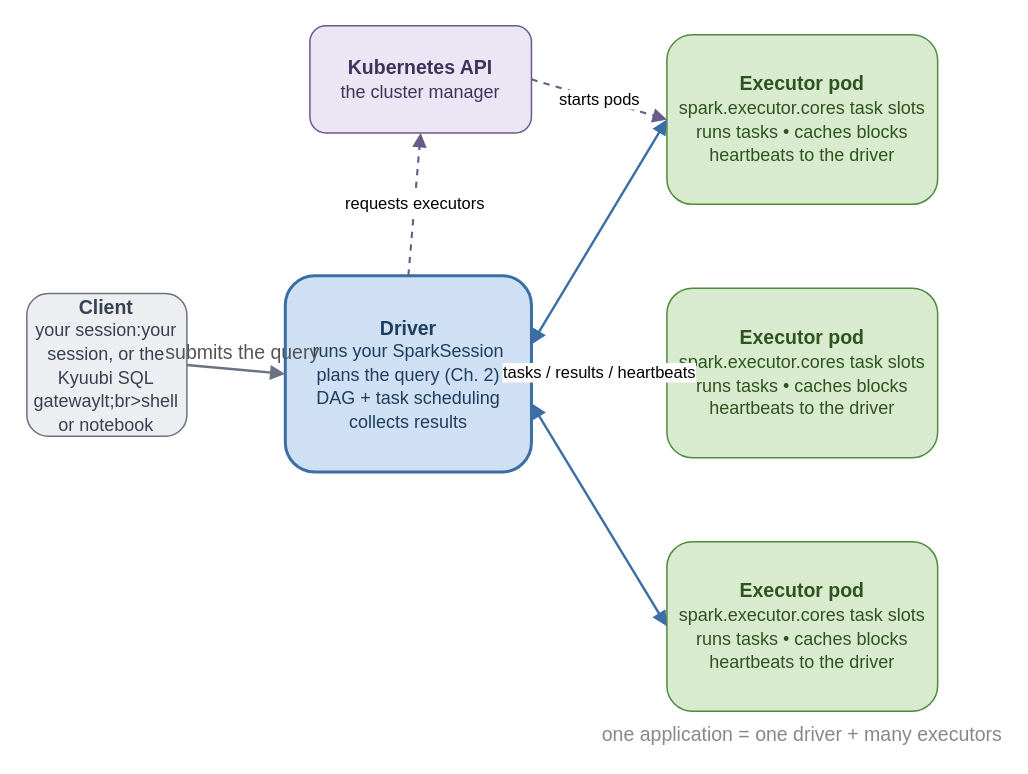
Earlier version of the draw.io diagram book/figures/application-topology.drawio (AlanPhan04/spark-101-to-pro). Source tidied: cells renumbered, new cells numbered last; positions are measured from the earlier drawing's top-left corner, leaving out a move shared by most shapes. Both pictures are drawn from the tidied source at 150%, with x=0, y=0 at pixel (26, 26).
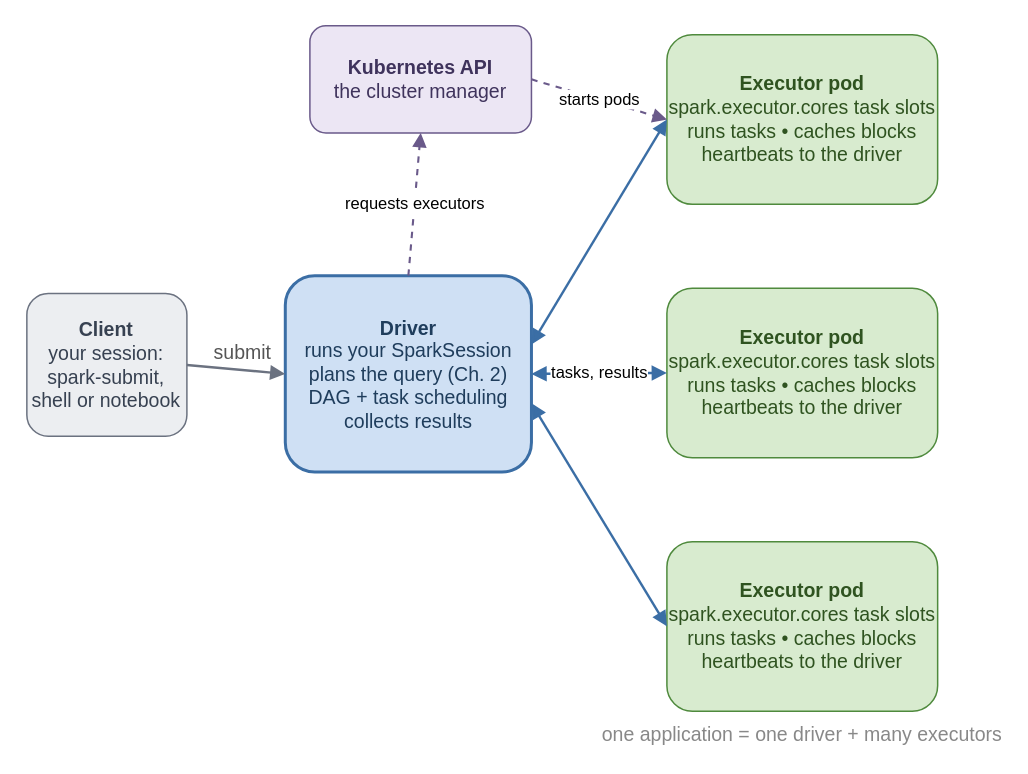
The same page after the edit.

What changed in the source:
```diff
@@
 <mxGraphModel>
   <root>
     <mxCell id="0" />
     <mxCell id="1" parent="0" />
-    <mxCell id="2" value="&lt;b&gt;Client&lt;/b&gt;&lt;br&gt;&lt;span style=&quot;font-size:12px&quot;&gt;your session:your session, or the&lt;br&gt;Kyuubi SQL gatewaylt;br&gt;shell or notebook&lt;/span&gt;" style="rounded=1;whiteSpace=wrap;html=1;fillColor=#eceef1;strokeColor=#6b7280;fontSize=13;fontColor=#374151;" parent="1" vertex="1">
+    <mxCell id="2" value="&lt;b&gt;Client&lt;/b&gt;&lt;br&gt;&lt;span style=&quot;font-size:13px&quot;&gt;your session:&lt;br&gt;spark-submit,&lt;br&gt;shell or notebook&lt;/span&gt;" style="rounded=1;whiteSpace=wrap;html=1;fillColor=#eceef1;strokeColor=#6b7280;fontSize=13;fontColor=#374151;" parent="1" vertex="1">
       <mxGeometry x="0.4" y="178.2" width="106.7" height="95.2" as="geometry" />
     </mxCell>
-    <mxCell id="3" value="&lt;b&gt;Kubernetes API&lt;/b&gt;&lt;br&gt;&lt;span style=&quot;font-size:12px&quot;&gt;the cluster manager&lt;/span&gt;" style="rounded=1;whiteSpace=wrap;html=1;fillColor=#ece6f4;strokeColor=#6a5a8a;fontSize=13;fontColor=#3f335c;" parent="1" vertex="1">
+    <mxCell id="3" value="&lt;b&gt;Kubernetes API&lt;/b&gt;&lt;br&gt;&lt;span style=&quot;font-size:13px&quot;&gt;the cluster manager&lt;/span&gt;" style="rounded=1;whiteSpace=wrap;html=1;fillColor=#ece6f4;strokeColor=#6a5a8a;fontSize=13;fontColor=#3f335c;" parent="1" vertex="1">
       <mxGeometry x="189.1" y="-0.3" width="147.7" height="71.4" as="geometry" />
     </mxCell>
-    <mxCell id="4" value="&lt;b&gt;Driver&lt;/b&gt;&lt;br&gt;&lt;span style=&quot;font-size:12px&quot;&gt;runs your SparkSession&lt;br&gt;plans the query (Ch. 2)&lt;br&gt;DAG + task scheduling&lt;br&gt;collects results&lt;/span&gt;" style="rounded=1;whiteSpace=wrap;html=1;fillColor=#cfe0f4;strokeColor=#3b6ea5;strokeWidth=2;fontSize=13;fontColor=#1f3d5c;" parent="1" vertex="1">
+    <mxCell id="4" value="&lt;b&gt;Driver&lt;/b&gt;&lt;br&gt;&lt;span style=&quot;font-size:13px&quot;&gt;runs your SparkSession&lt;br&gt;plans the query (Ch. 2)&lt;br&gt;DAG + task scheduling&lt;br&gt;collects results&lt;/span&gt;" style="rounded=1;whiteSpace=wrap;html=1;fillColor=#cfe0f4;strokeColor=#3b6ea5;strokeWidth=2;fontSize=13;fontColor=#1f3d5c;" parent="1" vertex="1">
       <mxGeometry x="172.7" y="166.3" width="164.1" height="130.9" as="geometry" />
     </mxCell>
-    <mxCell id="5" value="&lt;b&gt;Executor pod&lt;/b&gt;&lt;br&gt;&lt;span style=&quot;font-size:12px&quot;&gt;spark.executor.cores task slots&lt;br&gt;runs tasks &amp;#8226; caches blocks&lt;br&gt;heartbeats to the driver&lt;/span&gt;" style="rounded=1;whiteSpace=wrap;html=1;fillColor=#d8ebcf;strokeColor=#4f8a3d;fontSize=13;fontColor=#2f5320;" parent="1" vertex="1">
+    <mxCell id="5" value="&lt;b&gt;Executor pod&lt;/b&gt;&lt;br&gt;&lt;span style=&quot;font-size:13px&quot;&gt;spark.executor.cores task slots&lt;br&gt;runs tasks &amp;#8226; caches blocks&lt;br&gt;heartbeats to the driver&lt;/span&gt;" style="rounded=1;whiteSpace=wrap;html=1;fillColor=#d8ebcf;strokeColor=#4f8a3d;fontSize=13;fontColor=#2f5320;" parent="1" vertex="1">
       <mxGeometry x="427.1" y="5.7" width="180.5" height="113" as="geometry" />
     </mxCell>
-    <mxCell id="6" value="&lt;b&gt;Executor pod&lt;/b&gt;&lt;br&gt;&lt;span style=&quot;font-size:12px&quot;&gt;spark.executor.cores task slots&lt;br&gt;runs tasks &amp;#8226; caches blocks&lt;br&gt;heartbeats to the driver&lt;/span&gt;" style="rounded=1;whiteSpace=wrap;html=1;fillColor=#d8ebcf;strokeColor=#4f8a3d;fontSize=13;fontColor=#2f5320;" parent="1" vertex="1">
+    <mxCell id="6" value="&lt;b&gt;Executor pod&lt;/b&gt;&lt;br&gt;&lt;span style=&quot;font-size:13px&quot;&gt;spark.executor.cores task slots&lt;br&gt;runs tasks &amp;#8226; caches blocks&lt;br&gt;heartbeats to the driver&lt;/span&gt;" style="rounded=1;whiteSpace=wrap;html=1;fillColor=#d8ebcf;strokeColor=#4f8a3d;fontSize=13;fontColor=#2f5320;" parent="1" vertex="1">
       <mxGeometry x="427.1" y="174.6" width="180.5" height="113" as="geometry" />
     </mxCell>
-    <mxCell id="7" value="&lt;b&gt;Executor pod&lt;/b&gt;&lt;br&gt;&lt;span style=&quot;font-size:12px&quot;&gt;spark.executor.cores task slots&lt;br&gt;runs tasks &amp;#8226; caches blocks&lt;br&gt;heartbeats to the driver&lt;/span&gt;" style="rounded=1;whiteSpace=wrap;html=1;fillColor=#d8ebcf;strokeColor=#4f8a3d;fontSize=13;fontColor=#2f5320;" parent="1" vertex="1">
+    <mxCell id="7" value="&lt;b&gt;Executor pod&lt;/b&gt;&lt;br&gt;&lt;span style=&quot;font-size:13px&quot;&gt;spark.executor.cores task slots&lt;br&gt;runs tasks &amp;#8226; caches blocks&lt;br&gt;heartbeats to the driver&lt;/span&gt;" style="rounded=1;whiteSpace=wrap;html=1;fillColor=#d8ebcf;strokeColor=#4f8a3d;fontSize=13;fontColor=#2f5320;" parent="1" vertex="1">
       <mxGeometry x="427.1" y="343.6" width="180.5" height="113" as="geometry" />
     </mxCell>
     <mxCell id="8" value="one application = one driver + many executors" style="text;html=1;align=center;fontSize=13;fontColor=#888888;" parent="1" vertex="1">
       <mxGeometry x="427.1" y="457.8" width="180.5" height="19" as="geometry" />
     </mxCell>
     <mxCell id="9" style="endArrow=block;html=1;strokeColor=#6b7280;strokeWidth=1.6;exitX=1;exitY=0.5;entryX=0;entryY=0.5;" parent="1" edge="1" source="2" target="4">
       <mxGeometry relative="1" as="geometry" />
     </mxCell>
-    <mxCell id="10" value="submits the query" style="text;html=1;align=center;fontSize=13;fontColor=#555555;" parent="1" vertex="1">
+    <mxCell id="10" value="submit" style="text;html=1;align=center;fontSize=13;fontColor=#555555;" parent="1" vertex="1">
       <mxGeometry x="107.1" y="203.2" width="73.8" height="16.7" as="geometry" />
     </mxCell>
     <mxCell id="11" value="requests executors" style="endArrow=block;html=1;dashed=1;strokeColor=#6a5a8a;strokeWidth=1.4;exitX=0.5;exitY=0;entryX=0.5;entryY=1;" parent="1" edge="1" source="4" target="3">
       <mxGeometry relative="1" as="geometry" />
     </mxCell>
     <mxCell id="12" value="starts pods" style="endArrow=block;html=1;dashed=1;strokeColor=#6a5a8a;strokeWidth=1.4;exitX=1;exitY=0.5;entryX=0;entryY=0.5;" parent="1" edge="1" source="3" target="5">
       <mxGeometry relative="1" as="geometry" />
     </mxCell>
     <mxCell id="13" style="endArrow=block;startArrow=block;html=1;strokeColor=#3b6ea5;strokeWidth=1.6;exitX=1;exitY=0.35;entryX=0;entryY=0.5;" parent="1" edge="1" source="4" target="5">
       <mxGeometry relative="1" as="geometry" />
     </mxCell>
-    <mxCell id="14" value="tasks / results / heartbeats" style="endArrow=block;startArrow=block;html=1;strokeColor=#3b6ea5;strokeWidth=1.6;exitX=1;exitY=0.5;entryX=0;entryY=0.5;" parent="1" edge="1" source="4" target="6">
+    <mxCell id="14" value="tasks, results" style="endArrow=block;startArrow=block;html=1;strokeColor=#3b6ea5;strokeWidth=1.6;exitX=1;exitY=0.5;entryX=0;entryY=0.5;" parent="1" edge="1" source="4" target="6">
       <mxGeometry relative="1" as="geometry" />
     </mxCell>
     <mxCell id="15" style="endArrow=block;startArrow=block;html=1;strokeColor=#3b6ea5;strokeWidth=1.6;exitX=1;exitY=0.65;entryX=0;entryY=0.5;" parent="1" edge="1" source="4" target="7">
       <mxGeometry relative="1" as="geometry" />
     </mxCell>
   </root>
 </mxGraphModel>
```
